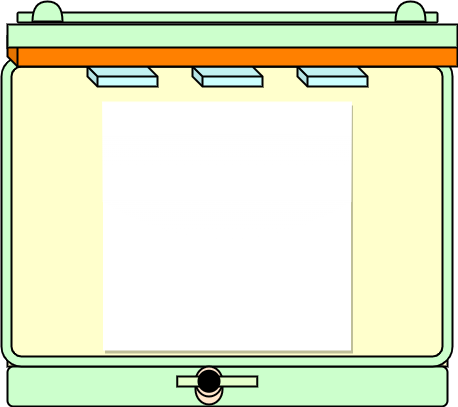
Before: experiment/simulation/images/gel-making-case.png, a diagram exported from draw.io (virtual-labs/exp-dna-agarose-gel-electrophoresis-iitkgp). Source tidied: cells renumbered, new cells last; positions are measured from the earlier drawing's top-left corner, leaving out a move shared by most shapes.
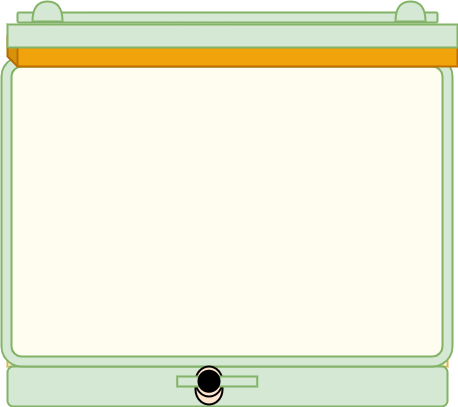
Above is the later version.

Diff of the diagram source:
```diff
@@ -5,46 +5,37 @@
     <mxCell id="2" style="rounded=0;whiteSpace=wrap;html=1;shadow=0;strokeWidth=2;fillColor=#E6FFCC;strokeColor=#000000;" parent="1" vertex="1">
       <mxGeometry x="165.5" y="380" width="100.5" height="9.5" as="geometry" />
     </mxCell>
-    <mxCell id="3" style="rounded=1;whiteSpace=wrap;html=1;strokeWidth=2;fillColor=#CCFFCC;" parent="1" vertex="1">
+    <mxCell id="3" style="rounded=1;whiteSpace=wrap;html=1;strokeWidth=2;fillColor=#d5e8d4;strokeColor=#82b366;" parent="1" vertex="1">
       <mxGeometry x="16" y="16" width="420" height="10" as="geometry" />
     </mxCell>
-    <mxCell id="4" style="shape=or;whiteSpace=wrap;html=1;rotation=-90;strokeWidth=2;fillColor=#CCFFCC;" parent="1" vertex="1">
+    <mxCell id="4" style="shape=or;whiteSpace=wrap;html=1;rotation=-90;strokeWidth=2;fillColor=#d5e8d4;strokeColor=#82b366;" parent="1" vertex="1">
       <mxGeometry x="36" width="20" height="30" as="geometry" />
     </mxCell>
-    <mxCell id="5" style="shape=or;whiteSpace=wrap;html=1;rotation=-90;strokeWidth=2;fillColor=#CCFFCC;" parent="1" vertex="1">
+    <mxCell id="5" style="shape=or;whiteSpace=wrap;html=1;rotation=-90;strokeWidth=2;fillColor=#d5e8d4;strokeColor=#82b366;" parent="1" vertex="1">
       <mxGeometry x="399" width="20" height="30" as="geometry" />
     </mxCell>
-    <mxCell id="6" style="rounded=0;whiteSpace=wrap;html=1;strokeWidth=2;fillColor=#FFFFCC;" parent="1" vertex="1">
+    <mxCell id="6" style="rounded=0;whiteSpace=wrap;html=1;strokeWidth=2;fillColor=#FFFCF0;strokeColor=#d6b656;" parent="1" vertex="1">
       <mxGeometry x="6" y="70" width="440" height="300" as="geometry" />
     </mxCell>
-    <mxCell id="7" style="rounded=1;whiteSpace=wrap;html=1;strokeWidth=2;fillColor=#CCFFCC;" parent="1" vertex="1">
+    <mxCell id="7" style="rounded=1;whiteSpace=wrap;html=1;strokeWidth=2;fillColor=#d5e8d4;strokeColor=#82b366;" parent="1" vertex="1">
       <mxGeometry x="6" y="370" width="440" height="40" as="geometry" />
     </mxCell>
-    <mxCell id="8" style="whiteSpace=wrap;html=1;strokeWidth=2;glass=1;rounded=0;shadow=1;strokeColor=none;" parent="1" vertex="1">
+    <mxCell id="8" style="whiteSpace=wrap;html=1;strokeWidth=2;glass=0;rounded=0;shadow=0;strokeColor=none;fillColor=none;" parent="1" vertex="1">
       <mxGeometry x="101.5" y="106" width="248" height="248" as="geometry" />
     </mxCell>
-    <mxCell id="9" style="verticalLabelPosition=bottom;verticalAlign=top;html=1;shape=mxgraph.basic.rounded_frame;dx=10;strokeWidth=2;fillColor=#CCFFCC;" parent="1" vertex="1">
+    <mxCell id="9" style="verticalLabelPosition=bottom;verticalAlign=top;html=1;shape=mxgraph.basic.rounded_frame;dx=10;strokeWidth=2;fillColor=#d5e8d4;strokeColor=#82b366;" parent="1" vertex="1">
       <mxGeometry y="60" width="451" height="310" as="geometry" />
     </mxCell>
-    <mxCell id="10" style="shape=cube;whiteSpace=wrap;html=1;boundedLbl=1;backgroundOutline=1;darkOpacity=0.05;darkOpacity2=0.1;strokeWidth=2;size=10;fillColor=#CCFFFF;" parent="1" vertex="1">
-      <mxGeometry x="86" y="70" width="70" height="20" as="geometry" />
-    </mxCell>
-    <mxCell id="11" style="shape=cube;whiteSpace=wrap;html=1;boundedLbl=1;backgroundOutline=1;darkOpacity=0.05;darkOpacity2=0.1;strokeWidth=2;size=10;fillColor=#CCFFFF;" parent="1" vertex="1">
-      <mxGeometry x="191" y="70" width="70" height="20" as="geometry" />
-    </mxCell>
-    <mxCell id="12" style="shape=cube;whiteSpace=wrap;html=1;boundedLbl=1;backgroundOutline=1;darkOpacity=0.05;darkOpacity2=0.1;strokeWidth=2;size=10;fillColor=#CCFFFF;" parent="1" vertex="1">
-      <mxGeometry x="296" y="70" width="70" height="20" as="geometry" />
-    </mxCell>
-    <mxCell id="13" style="shape=cube;whiteSpace=wrap;html=1;boundedLbl=1;backgroundOutline=1;darkOpacity=0.05;darkOpacity2=0.1;strokeWidth=2;shadow=0;size=10;fillColor=#FF8000;" parent="1" vertex="1">
+    <mxCell id="13" style="shape=cube;whiteSpace=wrap;html=1;boundedLbl=1;backgroundOutline=1;darkOpacity=0.05;darkOpacity2=0.1;strokeWidth=2;shadow=0;size=10;fillColor=#f0a30a;fontColor=#000000;strokeColor=#BD7000;" parent="1" vertex="1">
       <mxGeometry x="6" y="40" width="450" height="30" as="geometry" />
     </mxCell>
-    <mxCell id="14" style="rounded=0;whiteSpace=wrap;html=1;shadow=0;strokeWidth=2;fillColor=#CCFFCC;" parent="1" vertex="1">
+    <mxCell id="14" style="rounded=0;whiteSpace=wrap;html=1;shadow=0;strokeWidth=2;fillColor=#d5e8d4;strokeColor=#82b366;" parent="1" vertex="1">
       <mxGeometry x="6" y="28" width="450" height="23" as="geometry" />
     </mxCell>
     <mxCell id="15" style="shape=cylinder3;whiteSpace=wrap;html=1;boundedLbl=1;backgroundOutline=1;size=15;shadow=0;strokeWidth=2;fillColor=#FFE6CC;" parent="1" vertex="1">
       <mxGeometry x="194" y="370" width="27" height="38" as="geometry" />
     </mxCell>
-    <mxCell id="16" style="rounded=0;whiteSpace=wrap;html=1;shadow=0;strokeColor=#000000;strokeWidth=2;fillColor=#E6FFCC;" parent="1" vertex="1">
+    <mxCell id="16" style="rounded=0;whiteSpace=wrap;html=1;shadow=0;strokeColor=#82b366;strokeWidth=2;fillColor=#d5e8d4;" parent="1" vertex="1">
       <mxGeometry x="175.8" y="380" width="80" height="10" as="geometry" />
     </mxCell>
     <mxCell id="17" style="ellipse;whiteSpace=wrap;html=1;shadow=0;strokeWidth=2;fillColor=#000000;" parent="1" vertex="1">
```
